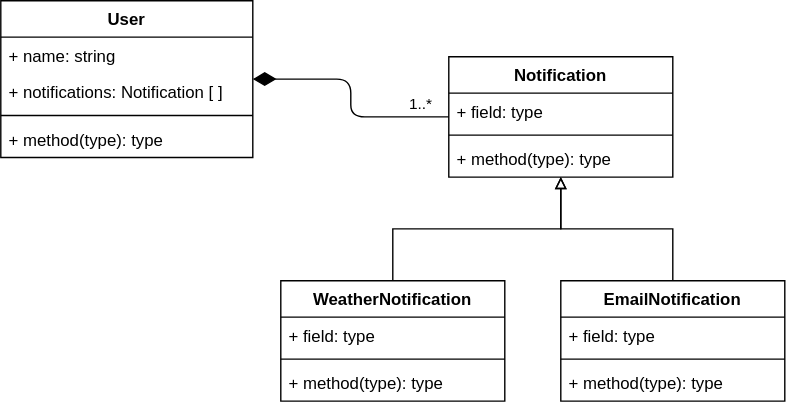
The draw.io diagram data-structures/uml-diagrams.dio.svg in err53/ICS4U0-work, before a commit. Source tidied: cells renumbered, new cells last; positions are measured from the earlier drawing's top-left corner, leaving out a move shared by most shapes. Source of this version:
```xml
<mxGraphModel>
  <root>
    <mxCell id="0" />
    <mxCell id="1" parent="0" />
    <mxCell id="2" value="User" style="swimlane;fontStyle=1;align=center;verticalAlign=top;horizontal=1;startSize=26;" parent="1" vertex="1">
      <mxGeometry width="180" height="112" as="geometry" />
    </mxCell>
    <mxCell id="3" value="+ name: string" style="text;strokeColor=none;fillColor=none;align=left;verticalAlign=top;spacingLeft=4;spacingRight=4;overflow=hidden;" parent="2" vertex="1">
      <mxGeometry y="26" width="180" height="26" as="geometry" />
    </mxCell>
    <mxCell id="4" value="+ notifications: Notification [ ]" style="text;strokeColor=none;fillColor=none;align=left;verticalAlign=top;spacingLeft=4;spacingRight=4;overflow=hidden;" parent="2" vertex="1">
      <mxGeometry y="52" width="180" height="26" as="geometry" />
    </mxCell>
    <mxCell id="5" style="line;strokeWidth=1;fillColor=none;align=left;verticalAlign=middle;spacingTop=-1;spacingLeft=3;spacingRight=3;labelPosition=right;" parent="2" vertex="1">
      <mxGeometry y="78" width="180" height="8" as="geometry" />
    </mxCell>
    <mxCell id="6" value="+ method(type): type" style="text;strokeColor=none;fillColor=none;align=left;verticalAlign=top;spacingLeft=4;spacingRight=4;overflow=hidden;" parent="2" vertex="1">
      <mxGeometry y="86" width="180" height="26" as="geometry" />
    </mxCell>
    <mxCell id="7" value="Notification" style="swimlane;fontStyle=1;align=center;verticalAlign=top;horizontal=1;startSize=26;" parent="1" vertex="1">
      <mxGeometry x="320" y="40" width="160" height="86" as="geometry" />
    </mxCell>
    <mxCell id="8" value="+ field: type" style="text;strokeColor=none;fillColor=none;align=left;verticalAlign=top;spacingLeft=4;spacingRight=4;overflow=hidden;" parent="7" vertex="1">
      <mxGeometry y="26" width="160" height="26" as="geometry" />
    </mxCell>
    <mxCell id="9" style="line;strokeWidth=1;fillColor=none;align=left;verticalAlign=middle;spacingTop=-1;spacingLeft=3;spacingRight=3;labelPosition=right;" parent="7" vertex="1">
      <mxGeometry y="52" width="160" height="8" as="geometry" />
    </mxCell>
    <mxCell id="10" value="+ method(type): type" style="text;strokeColor=none;fillColor=none;align=left;verticalAlign=top;spacingLeft=4;spacingRight=4;overflow=hidden;" parent="7" vertex="1">
      <mxGeometry y="60" width="160" height="26" as="geometry" />
    </mxCell>
    <mxCell id="11" style="edgeStyle=orthogonalEdgeStyle;rounded=0;jettySize=auto;html=1;endArrow=block;endFill=0;" parent="1" edge="1" source="12" target="7">
      <mxGeometry relative="1" as="geometry" />
    </mxCell>
    <mxCell id="12" value="WeatherNotification" style="swimlane;fontStyle=1;align=center;verticalAlign=top;horizontal=1;startSize=26;" parent="1" vertex="1">
      <mxGeometry x="200" y="200" width="160" height="86" as="geometry" />
    </mxCell>
    <mxCell id="13" value="+ field: type" style="text;strokeColor=none;fillColor=none;align=left;verticalAlign=top;spacingLeft=4;spacingRight=4;overflow=hidden;" parent="12" vertex="1">
      <mxGeometry y="26" width="160" height="26" as="geometry" />
    </mxCell>
    <mxCell id="14" style="line;strokeWidth=1;fillColor=none;align=left;verticalAlign=middle;spacingTop=-1;spacingLeft=3;spacingRight=3;labelPosition=right;" parent="12" vertex="1">
      <mxGeometry y="52" width="160" height="8" as="geometry" />
    </mxCell>
    <mxCell id="15" value="+ method(type): type" style="text;strokeColor=none;fillColor=none;align=left;verticalAlign=top;spacingLeft=4;spacingRight=4;overflow=hidden;" parent="12" vertex="1">
      <mxGeometry y="60" width="160" height="26" as="geometry" />
    </mxCell>
    <mxCell id="16" style="edgeStyle=orthogonalEdgeStyle;rounded=0;jettySize=auto;html=1;endArrow=block;endFill=0;" parent="1" edge="1" source="17" target="7">
      <mxGeometry relative="1" as="geometry" />
    </mxCell>
    <mxCell id="17" value="EmailNotification" style="swimlane;fontStyle=1;align=center;verticalAlign=top;horizontal=1;startSize=26;" parent="1" vertex="1">
      <mxGeometry x="400" y="200" width="160" height="86" as="geometry" />
    </mxCell>
    <mxCell id="18" value="+ field: type" style="text;strokeColor=none;fillColor=none;align=left;verticalAlign=top;spacingLeft=4;spacingRight=4;overflow=hidden;" parent="17" vertex="1">
      <mxGeometry y="26" width="160" height="26" as="geometry" />
    </mxCell>
    <mxCell id="19" style="line;strokeWidth=1;fillColor=none;align=left;verticalAlign=middle;spacingTop=-1;spacingLeft=3;spacingRight=3;labelPosition=right;" parent="17" vertex="1">
      <mxGeometry y="52" width="160" height="8" as="geometry" />
    </mxCell>
    <mxCell id="20" value="+ method(type): type" style="text;strokeColor=none;fillColor=none;align=left;verticalAlign=top;spacingLeft=4;spacingRight=4;overflow=hidden;" parent="17" vertex="1">
      <mxGeometry y="60" width="160" height="26" as="geometry" />
    </mxCell>
    <mxCell id="21" value="1..*" style="endArrow=none;html=1;endSize=12;startArrow=diamondThin;startSize=14;startFill=1;edgeStyle=orthogonalEdgeStyle;align=left;verticalAlign=bottom;endFill=0;" parent="1" edge="1" source="2" target="7">
      <mxGeometry x="0.64" relative="1" as="geometry" />
    </mxCell>
  </root>
</mxGraphModel>
```
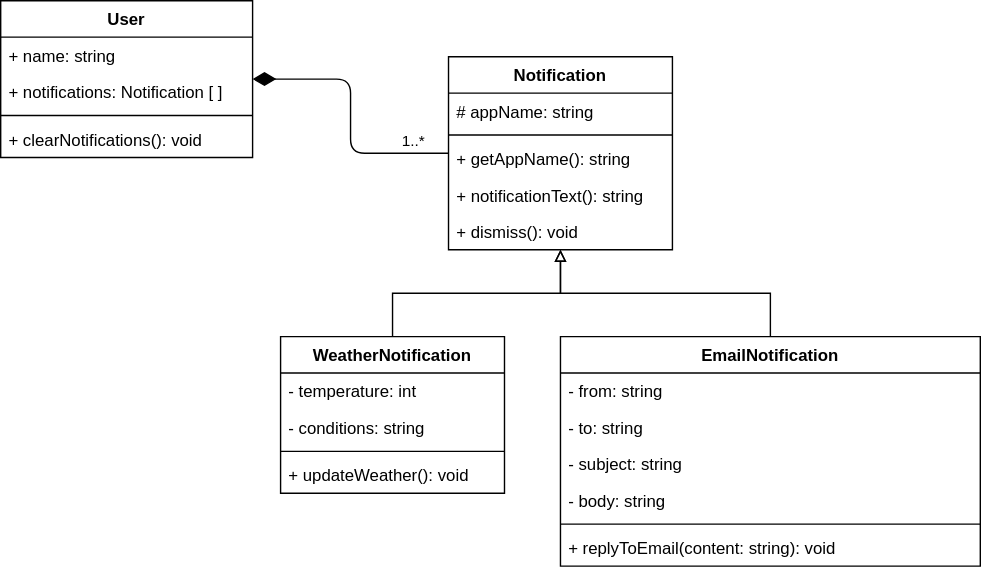
Above is the later version.

What changed in the source:
```diff
@@ -14,50 +14,68 @@
     <mxCell id="5" style="line;strokeWidth=1;fillColor=none;align=left;verticalAlign=middle;spacingTop=-1;spacingLeft=3;spacingRight=3;labelPosition=right;" parent="2" vertex="1">
       <mxGeometry y="78" width="180" height="8" as="geometry" />
     </mxCell>
-    <mxCell id="6" value="+ method(type): type" style="text;strokeColor=none;fillColor=none;align=left;verticalAlign=top;spacingLeft=4;spacingRight=4;overflow=hidden;" parent="2" vertex="1">
+    <mxCell id="6" value="+ clearNotifications(): void" style="text;strokeColor=none;fillColor=none;align=left;verticalAlign=top;spacingLeft=4;spacingRight=4;overflow=hidden;" parent="2" vertex="1">
       <mxGeometry y="86" width="180" height="26" as="geometry" />
     </mxCell>
     <mxCell id="7" value="Notification" style="swimlane;fontStyle=1;align=center;verticalAlign=top;horizontal=1;startSize=26;" parent="1" vertex="1">
-      <mxGeometry x="320" y="40" width="160" height="86" as="geometry" />
+      <mxGeometry x="320" y="40" width="160" height="138" as="geometry" />
     </mxCell>
-    <mxCell id="8" value="+ field: type" style="text;strokeColor=none;fillColor=none;align=left;verticalAlign=top;spacingLeft=4;spacingRight=4;overflow=hidden;" parent="7" vertex="1">
+    <mxCell id="8" value="# appName: string" style="text;strokeColor=none;fillColor=none;align=left;verticalAlign=top;spacingLeft=4;spacingRight=4;overflow=hidden;" parent="7" vertex="1">
       <mxGeometry y="26" width="160" height="26" as="geometry" />
     </mxCell>
     <mxCell id="9" style="line;strokeWidth=1;fillColor=none;align=left;verticalAlign=middle;spacingTop=-1;spacingLeft=3;spacingRight=3;labelPosition=right;" parent="7" vertex="1">
       <mxGeometry y="52" width="160" height="8" as="geometry" />
     </mxCell>
+    <mxCell id="22" value="+ getAppName(): string" style="text;strokeColor=none;fillColor=none;align=left;verticalAlign=top;spacingLeft=4;spacingRight=4;overflow=hidden;" parent="7" vertex="1">
+      <mxGeometry y="60" width="160" height="26" as="geometry" />
+    </mxCell>
+    <mxCell id="23" value="+ notificationText(): string" style="text;strokeColor=none;fillColor=none;align=left;verticalAlign=top;spacingLeft=4;spacingRight=4;overflow=hidden;" parent="7" vertex="1">
+      <mxGeometry y="86" width="160" height="26" as="geometry" />
+    </mxCell>
-    <mxCell id="10" value="+ method(type): type" style="text;strokeColor=none;fillColor=none;align=left;verticalAlign=top;spacingLeft=4;spacingRight=4;overflow=hidden;" parent="7" vertex="1">
-      <mxGeometry y="60" width="160" height="26" as="geometry" />
+    <mxCell id="10" value="+ dismiss(): void" style="text;strokeColor=none;fillColor=none;align=left;verticalAlign=top;spacingLeft=4;spacingRight=4;overflow=hidden;" parent="7" vertex="1">
+      <mxGeometry y="112" width="160" height="26" as="geometry" />
     </mxCell>
     <mxCell id="11" style="edgeStyle=orthogonalEdgeStyle;rounded=0;jettySize=auto;html=1;endArrow=block;endFill=0;" parent="1" edge="1" source="12" target="7">
       <mxGeometry relative="1" as="geometry" />
     </mxCell>
     <mxCell id="12" value="WeatherNotification" style="swimlane;fontStyle=1;align=center;verticalAlign=top;horizontal=1;startSize=26;" parent="1" vertex="1">
-      <mxGeometry x="200" y="200" width="160" height="86" as="geometry" />
+      <mxGeometry x="200" y="240" width="160" height="112" as="geometry" />
     </mxCell>
-    <mxCell id="13" value="+ field: type" style="text;strokeColor=none;fillColor=none;align=left;verticalAlign=top;spacingLeft=4;spacingRight=4;overflow=hidden;" parent="12" vertex="1">
+    <mxCell id="13" value="- temperature: int" style="text;strokeColor=none;fillColor=none;align=left;verticalAlign=top;spacingLeft=4;spacingRight=4;overflow=hidden;" parent="12" vertex="1">
       <mxGeometry y="26" width="160" height="26" as="geometry" />
     </mxCell>
+    <mxCell id="24" value="- conditions: string" style="text;strokeColor=none;fillColor=none;align=left;verticalAlign=top;spacingLeft=4;spacingRight=4;overflow=hidden;" parent="12" vertex="1">
+      <mxGeometry y="52" width="160" height="26" as="geometry" />
+    </mxCell>
     <mxCell id="14" style="line;strokeWidth=1;fillColor=none;align=left;verticalAlign=middle;spacingTop=-1;spacingLeft=3;spacingRight=3;labelPosition=right;" parent="12" vertex="1">
-      <mxGeometry y="52" width="160" height="8" as="geometry" />
+      <mxGeometry y="78" width="160" height="8" as="geometry" />
     </mxCell>
-    <mxCell id="15" value="+ method(type): type" style="text;strokeColor=none;fillColor=none;align=left;verticalAlign=top;spacingLeft=4;spacingRight=4;overflow=hidden;" parent="12" vertex="1">
-      <mxGeometry y="60" width="160" height="26" as="geometry" />
+    <mxCell id="15" value="+ updateWeather(): void" style="text;strokeColor=none;fillColor=none;align=left;verticalAlign=top;spacingLeft=4;spacingRight=4;overflow=hidden;" parent="12" vertex="1">
+      <mxGeometry y="86" width="160" height="26" as="geometry" />
     </mxCell>
     <mxCell id="16" style="edgeStyle=orthogonalEdgeStyle;rounded=0;jettySize=auto;html=1;endArrow=block;endFill=0;" parent="1" edge="1" source="17" target="7">
       <mxGeometry relative="1" as="geometry" />
     </mxCell>
     <mxCell id="17" value="EmailNotification" style="swimlane;fontStyle=1;align=center;verticalAlign=top;horizontal=1;startSize=26;" parent="1" vertex="1">
-      <mxGeometry x="400" y="200" width="160" height="86" as="geometry" />
+      <mxGeometry x="400" y="240" width="300" height="164" as="geometry" />
     </mxCell>
-    <mxCell id="18" value="+ field: type" style="text;strokeColor=none;fillColor=none;align=left;verticalAlign=top;spacingLeft=4;spacingRight=4;overflow=hidden;" parent="17" vertex="1">
-      <mxGeometry y="26" width="160" height="26" as="geometry" />
+    <mxCell id="18" value="- from: string" style="text;strokeColor=none;fillColor=none;align=left;verticalAlign=top;spacingLeft=4;spacingRight=4;overflow=hidden;" parent="17" vertex="1">
+      <mxGeometry y="26" width="300" height="26" as="geometry" />
     </mxCell>
+    <mxCell id="25" value="- to: string" style="text;strokeColor=none;fillColor=none;align=left;verticalAlign=top;spacingLeft=4;spacingRight=4;overflow=hidden;" parent="17" vertex="1">
+      <mxGeometry y="52" width="300" height="26" as="geometry" />
+    </mxCell>
+    <mxCell id="26" value="- subject: string" style="text;strokeColor=none;fillColor=none;align=left;verticalAlign=top;spacingLeft=4;spacingRight=4;overflow=hidden;" parent="17" vertex="1">
+      <mxGeometry y="78" width="300" height="26" as="geometry" />
+    </mxCell>
+    <mxCell id="27" value="- body: string" style="text;strokeColor=none;fillColor=none;align=left;verticalAlign=top;spacingLeft=4;spacingRight=4;overflow=hidden;" parent="17" vertex="1">
+      <mxGeometry y="104" width="300" height="26" as="geometry" />
+    </mxCell>
     <mxCell id="19" style="line;strokeWidth=1;fillColor=none;align=left;verticalAlign=middle;spacingTop=-1;spacingLeft=3;spacingRight=3;labelPosition=right;" parent="17" vertex="1">
-      <mxGeometry y="52" width="160" height="8" as="geometry" />
+      <mxGeometry y="130" width="300" height="8" as="geometry" />
     </mxCell>
-    <mxCell id="20" value="+ method(type): type" style="text;strokeColor=none;fillColor=none;align=left;verticalAlign=top;spacingLeft=4;spacingRight=4;overflow=hidden;" parent="17" vertex="1">
-      <mxGeometry y="60" width="160" height="26" as="geometry" />
+    <mxCell id="20" value="+ replyToEmail(content: string): void" style="text;strokeColor=none;fillColor=none;align=left;verticalAlign=top;spacingLeft=4;spacingRight=4;overflow=hidden;" parent="17" vertex="1">
+      <mxGeometry y="138" width="300" height="26" as="geometry" />
     </mxCell>
     <mxCell id="21" value="1..*" style="endArrow=none;html=1;endSize=12;startArrow=diamondThin;startSize=14;startFill=1;edgeStyle=orthogonalEdgeStyle;align=left;verticalAlign=bottom;endFill=0;" parent="1" edge="1" source="2" target="7">
       <mxGeometry x="0.64" relative="1" as="geometry" />
```
